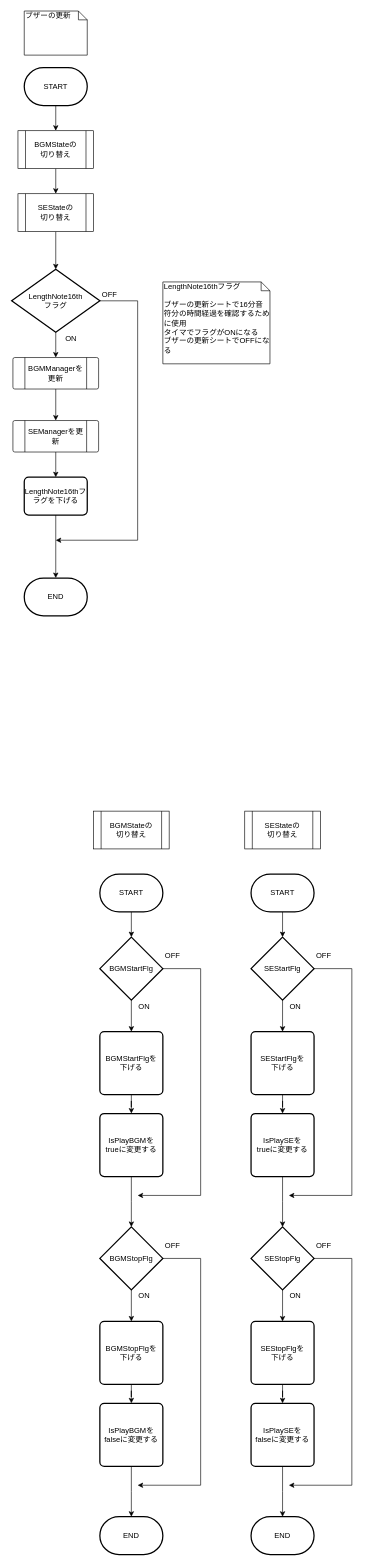
Before: page "ブザーの更新" (2 of 5) of 資料/設計書/フローチャート/モグラ叩き_Buzzer.drawio in hakohumi/comp.train.whack-a-mole, a draw.io diagram. Source tidied: cells renumbered, new cells numbered last; positions are measured from the earlier drawing's top-left corner, leaving out a move shared by most shapes. Both pictures are drawn from the tidied source at 63%, with x=0, y=0 at pixel (11, 11).
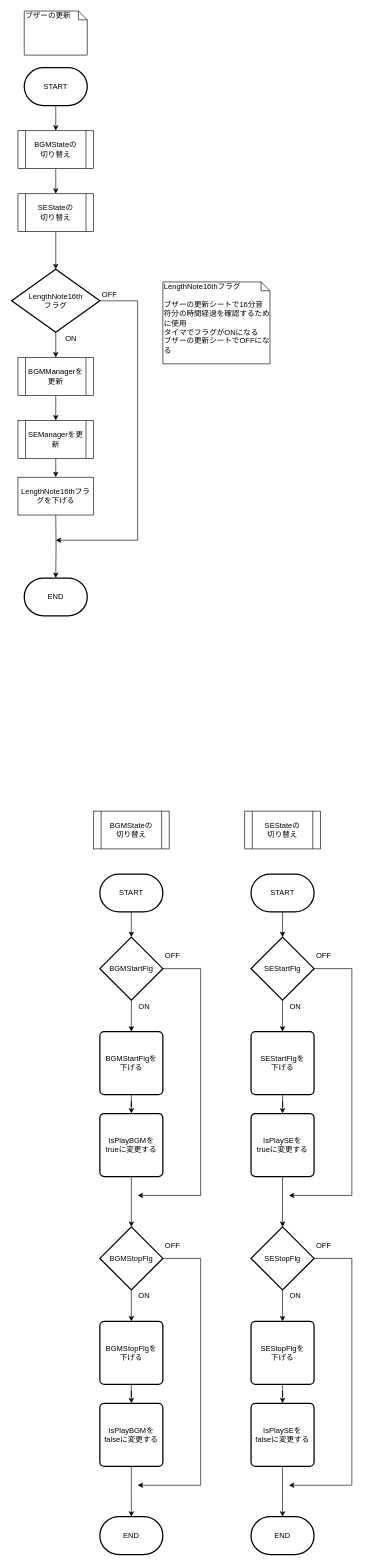
After the change.

Unchanged cells that the change refers to:
```xml
<mxCell id="9" value="END" style="strokeWidth=2;html=1;shape=mxgraph.flowchart.terminator;whiteSpace=wrap;" parent="1" vertex="1">
  <mxGeometry x="20" y="900" width="100" height="60" as="geometry" />
</mxCell>
<mxCell id="60" value="&lt;span style=&quot;text-align: left&quot;&gt;LengthNote16th&lt;br&gt;フラグ&lt;/span&gt;" style="strokeWidth=2;html=1;shape=mxgraph.flowchart.decision;whiteSpace=wrap;" parent="1" vertex="1">
  <mxGeometry y="410" width="140" height="100" as="geometry" />
</mxCell>
```

Change to the diagram source:
```diff
@@
-    <mxCell id="5" style="edgeStyle=orthogonalEdgeStyle;rounded=0;jettySize=auto;html=1;" parent="1" edge="1" source="6" target="8">
-      <mxGeometry relative="1" as="geometry" />
+    <mxCell id="5" style="edgeStyle=orthogonalEdgeStyle;rounded=0;jettySize=auto;html=1;exitX=0.5;exitY=1;exitDx=0;exitDy=0;" parent="1" edge="1" source="6">
+      <mxGeometry relative="1" as="geometry">
+        <mxPoint x="70" y="650" as="targetPoint" />
+      </mxGeometry>
     </mxCell>
-    <mxCell id="6" value="BGMManagerを更新" style="verticalLabelPosition=middle;verticalAlign=middle;html=1;shape=process;whiteSpace=wrap;rounded=1;size=0.14;arcSize=6;labelPosition=center;align=center;" parent="1" vertex="1">
-      <mxGeometry x="2" y="550" width="136" height="50" as="geometry" />
-    </mxCell>
-    <mxCell id="7" style="edgeStyle=orthogonalEdgeStyle;rounded=0;jettySize=auto;html=1;" parent="1" edge="1" source="8" target="65">
-      <mxGeometry relative="1" as="geometry" />
+    <mxCell id="7" style="edgeStyle=orthogonalEdgeStyle;rounded=0;jettySize=auto;html=1;exitX=0.5;exitY=1;exitDx=0;exitDy=0;" parent="1" edge="1" source="8">
+      <mxGeometry relative="1" as="geometry">
+        <mxPoint x="70" y="740" as="targetPoint" />
+      </mxGeometry>
     </mxCell>
-    <mxCell id="8" value="SEManagerを更新" style="verticalLabelPosition=middle;verticalAlign=middle;html=1;shape=process;whiteSpace=wrap;rounded=1;size=0.14;arcSize=6;labelPosition=center;align=center;" parent="1" vertex="1">
-      <mxGeometry x="2" y="650" width="136" height="50" as="geometry" />
-    </mxCell>
@@
-    <mxCell id="58" style="edgeStyle=orthogonalEdgeStyle;rounded=0;jettySize=auto;html=1;" parent="1" edge="1" source="60" target="6">
-      <mxGeometry relative="1" as="geometry" />
+    <mxCell id="58" style="edgeStyle=orthogonalEdgeStyle;rounded=0;jettySize=auto;html=1;" parent="1" edge="1" source="60">
+      <mxGeometry relative="1" as="geometry">
+        <mxPoint x="70" y="550" as="targetPoint" />
+      </mxGeometry>
     </mxCell>
@@
-    <mxCell id="64" style="edgeStyle=orthogonalEdgeStyle;rounded=0;jettySize=auto;html=1;" parent="1" edge="1" source="65" target="9">
-      <mxGeometry relative="1" as="geometry" />
+    <mxCell id="64" style="edgeStyle=orthogonalEdgeStyle;rounded=0;jettySize=auto;html=1;" parent="1" edge="1" target="9">
+      <mxGeometry relative="1" as="geometry">
+        <mxPoint x="70" y="800" as="sourcePoint" />
+      </mxGeometry>
     </mxCell>
+    <mxCell id="6" value="&lt;span&gt;BGMManagerを更新&lt;/span&gt;" style="shape=process;whiteSpace=wrap;html=1;backgroundOutline=1;" parent="1" vertex="1">
+      <mxGeometry x="10" y="550" width="120" height="60" as="geometry" />
+    </mxCell>
+    <mxCell id="8" value="&lt;span&gt;SEManagerを更新&lt;/span&gt;" style="shape=process;whiteSpace=wrap;html=1;backgroundOutline=1;" parent="1" vertex="1">
+      <mxGeometry x="10" y="650" width="120" height="60" as="geometry" />
+    </mxCell>
-    <mxCell id="65" value="LengthNote16thフラグを下げる" style="rounded=1;whiteSpace=wrap;html=1;absoluteArcSize=1;arcSize=14;strokeWidth=2;" parent="1" vertex="1">
-      <mxGeometry x="20" y="740" width="100" height="60" as="geometry" />
+    <mxCell id="65" value="&lt;span&gt;LengthNote16thフラグを下げる&lt;/span&gt;" style="rounded=0;whiteSpace=wrap;html=1;" parent="1" vertex="1">
+      <mxGeometry x="10" y="740" width="120" height="60" as="geometry" />
     </mxCell>
```
